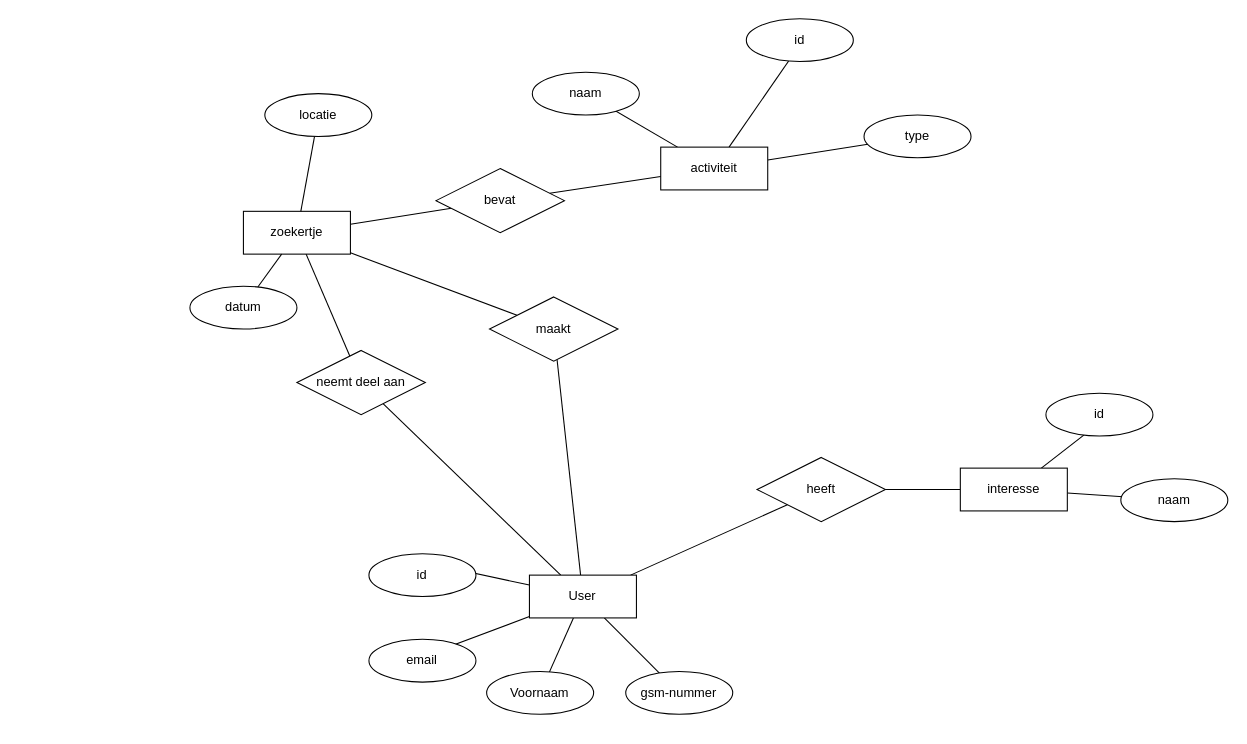
Before: analysis/conceptueelmodel.drawio in UCLL-Full-stack/project2425-group6-15, a draw.io diagram. Source tidied: cells renumbered, new cells numbered last; positions are measured from the earlier drawing's top-left corner, leaving out a move shared by most shapes. Both pictures are drawn from the tidied source at 107%, with x=0, y=0 at pixel (189, 18).
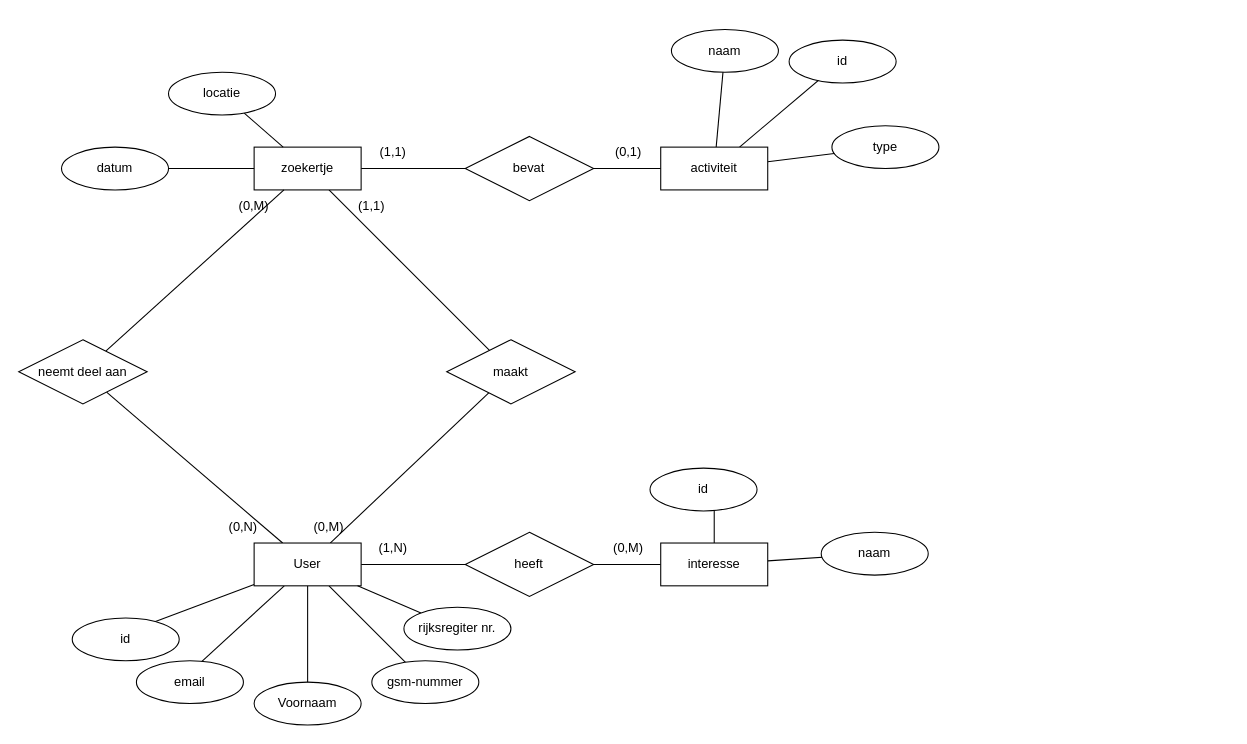
After the change.

Commit message:
aanpassing relatie conceptueel

What changed in the source:
```diff
@@
     <mxCell id="3" value="heeft" style="shape=rhombus;perimeter=rhombusPerimeter;whiteSpace=wrap;html=1;align=center;" parent="1" vertex="1">
-      <mxGeometry x="530" y="410" width="120" height="60" as="geometry" />
+      <mxGeometry x="257.3" y="480" width="120" height="60" as="geometry" />
     </mxCell>
@@
     <mxCell id="11" value="User" style="whiteSpace=wrap;html=1;align=center;" parent="1" vertex="1">
-      <mxGeometry x="317.3" y="520" width="100" height="40" as="geometry" />
+      <mxGeometry x="60" y="490" width="100" height="40" as="geometry" />
     </mxCell>
     <mxCell id="12" value="Voornaam" style="ellipse;whiteSpace=wrap;html=1;align=center;" parent="1" vertex="1">
-      <mxGeometry x="277.3" y="610" width="100" height="40" as="geometry" />
+      <mxGeometry x="60" y="620" width="100" height="40" as="geometry" />
     </mxCell>
     <mxCell id="13" value="gsm-nummer" style="ellipse;whiteSpace=wrap;html=1;align=center;" parent="1" vertex="1">
-      <mxGeometry x="407.3" y="610" width="100" height="40" as="geometry" />
+      <mxGeometry x="170" y="600" width="100" height="40" as="geometry" />
     </mxCell>
     <mxCell id="14" value="email" style="ellipse;whiteSpace=wrap;html=1;align=center;" parent="1" vertex="1">
-      <mxGeometry x="167.3" y="580" width="100" height="40" as="geometry" />
+      <mxGeometry x="-50" y="600" width="100" height="40" as="geometry" />
     </mxCell>
     <mxCell id="15" value="id" style="ellipse;whiteSpace=wrap;html=1;align=center;" parent="1" vertex="1">
-      <mxGeometry x="167.3" y="500" width="100" height="40" as="geometry" />
+      <mxGeometry x="-110" y="560" width="100" height="40" as="geometry" />
     </mxCell>
@@
     <mxCell id="20" value="naam" style="ellipse;whiteSpace=wrap;html=1;align=center;" parent="1" vertex="1">
-      <mxGeometry x="320" y="50" width="100" height="40" as="geometry" />
+      <mxGeometry x="450" y="10" width="100" height="40" as="geometry" />
     </mxCell>
     <mxCell id="21" value="type" style="ellipse;whiteSpace=wrap;html=1;align=center;" parent="1" vertex="1">
-      <mxGeometry x="630" y="90" width="100" height="40" as="geometry" />
+      <mxGeometry x="600" y="100" width="100" height="40" as="geometry" />
     </mxCell>
     <mxCell id="22" value="id" style="ellipse;whiteSpace=wrap;html=1;align=center;" parent="1" vertex="1">
-      <mxGeometry x="520" width="100" height="40" as="geometry" />
+      <mxGeometry x="560" y="20" width="100" height="40" as="geometry" />
     </mxCell>
@@
     <mxCell id="25" value="interesse" style="whiteSpace=wrap;html=1;align=center;" parent="1" vertex="1">
-      <mxGeometry x="720" y="420" width="100" height="40" as="geometry" />
+      <mxGeometry x="440" y="490" width="100" height="40" as="geometry" />
     </mxCell>
     <mxCell id="26" value="naam" style="ellipse;whiteSpace=wrap;html=1;align=center;" parent="1" vertex="1">
-      <mxGeometry x="870" y="430" width="100" height="40" as="geometry" />
+      <mxGeometry x="590" y="480" width="100" height="40" as="geometry" />
     </mxCell>
     <mxCell id="27" value="id" style="ellipse;whiteSpace=wrap;html=1;align=center;" parent="1" vertex="1">
-      <mxGeometry x="800" y="350" width="100" height="40" as="geometry" />
+      <mxGeometry x="430" y="420" width="100" height="40" as="geometry" />
     </mxCell>
@@
     <mxCell id="29" value="maakt" style="shape=rhombus;perimeter=rhombusPerimeter;whiteSpace=wrap;html=1;align=center;" parent="1" vertex="1">
-      <mxGeometry x="280" y="260" width="120" height="60" as="geometry" />
+      <mxGeometry x="240" y="300" width="120" height="60" as="geometry" />
     </mxCell>
@@
     <mxCell id="31" value="zoekertje" style="whiteSpace=wrap;html=1;align=center;" parent="1" vertex="1">
-      <mxGeometry x="50" y="180" width="100" height="40" as="geometry" />
+      <mxGeometry x="60" y="120" width="100" height="40" as="geometry" />
     </mxCell>
@@
     <mxCell id="33" value="bevat" style="shape=rhombus;perimeter=rhombusPerimeter;whiteSpace=wrap;html=1;align=center;" parent="1" vertex="1">
-      <mxGeometry x="230" y="140" width="120" height="60" as="geometry" />
+      <mxGeometry x="257.3" y="110" width="120" height="60" as="geometry" />
     </mxCell>
@@
     <mxCell id="35" value="datum" style="ellipse;whiteSpace=wrap;html=1;align=center;" parent="1" vertex="1">
-      <mxGeometry y="250" width="100" height="40" as="geometry" />
+      <mxGeometry x="-120" y="120" width="100" height="40" as="geometry" />
     </mxCell>
@@
     <mxCell id="37" value="locatie" style="ellipse;whiteSpace=wrap;html=1;align=center;" parent="1" vertex="1">
-      <mxGeometry x="70" y="70" width="100" height="40" as="geometry" />
+      <mxGeometry x="-20" y="50" width="100" height="40" as="geometry" />
     </mxCell>
@@
     <mxCell id="39" value="neemt deel aan" style="shape=rhombus;perimeter=rhombusPerimeter;whiteSpace=wrap;html=1;align=center;" parent="1" vertex="1">
-      <mxGeometry x="100" y="310" width="120" height="60" as="geometry" />
+      <mxGeometry x="-160" y="300" width="120" height="60" as="geometry" />
     </mxCell>
+    <mxCell id="40" style="html=1;endArrow=none;endFill=0;" parent="1" edge="1" source="41" target="11">
+      <mxGeometry relative="1" as="geometry" />
+    </mxCell>
+    <mxCell id="41" value="rijksregiter nr." style="ellipse;whiteSpace=wrap;html=1;align=center;" parent="1" vertex="1">
+      <mxGeometry x="200" y="550" width="100" height="40" as="geometry" />
+    </mxCell>
+    <mxCell id="42" value="(1,N)" style="text;html=1;strokeColor=none;fillColor=none;align=center;verticalAlign=middle;whiteSpace=wrap;rounded=0;" parent="1" vertex="1">
+      <mxGeometry x="160" y="480" width="60" height="30" as="geometry" />
+    </mxCell>
+    <mxCell id="43" value="(0,M)" style="text;html=1;strokeColor=none;fillColor=none;align=center;verticalAlign=middle;whiteSpace=wrap;rounded=0;" parent="1" vertex="1">
+      <mxGeometry x="380" y="480" width="60" height="30" as="geometry" />
+    </mxCell>
+    <mxCell id="44" value="(0,M)" style="text;html=1;strokeColor=none;fillColor=none;align=center;verticalAlign=middle;whiteSpace=wrap;rounded=0;" parent="1" vertex="1">
+      <mxGeometry x="100" y="460" width="60" height="30" as="geometry" />
+    </mxCell>
+    <mxCell id="45" value="(0,N)" style="text;html=1;strokeColor=none;fillColor=none;align=center;verticalAlign=middle;whiteSpace=wrap;rounded=0;" parent="1" vertex="1">
+      <mxGeometry x="20" y="460" width="60" height="30" as="geometry" />
+    </mxCell>
+    <mxCell id="46" value="(1,1)" style="text;html=1;strokeColor=none;fillColor=none;align=center;verticalAlign=middle;whiteSpace=wrap;rounded=0;" parent="1" vertex="1">
+      <mxGeometry x="140" y="160" width="60" height="30" as="geometry" />
+    </mxCell>
+    <mxCell id="47" value="(0,M)" style="text;html=1;strokeColor=none;fillColor=none;align=center;verticalAlign=middle;whiteSpace=wrap;rounded=0;" parent="1" vertex="1">
+      <mxGeometry x="30" y="160" width="60" height="30" as="geometry" />
+    </mxCell>
+    <mxCell id="48" value="(1,1)" style="text;html=1;strokeColor=none;fillColor=none;align=center;verticalAlign=middle;whiteSpace=wrap;rounded=0;" parent="1" vertex="1">
+      <mxGeometry x="160" y="110" width="60" height="30" as="geometry" />
+    </mxCell>
+    <mxCell id="49" value="(0,1)" style="text;html=1;strokeColor=none;fillColor=none;align=center;verticalAlign=middle;whiteSpace=wrap;rounded=0;" parent="1" vertex="1">
+      <mxGeometry x="380" y="110" width="60" height="30" as="geometry" />
+    </mxCell>
```
